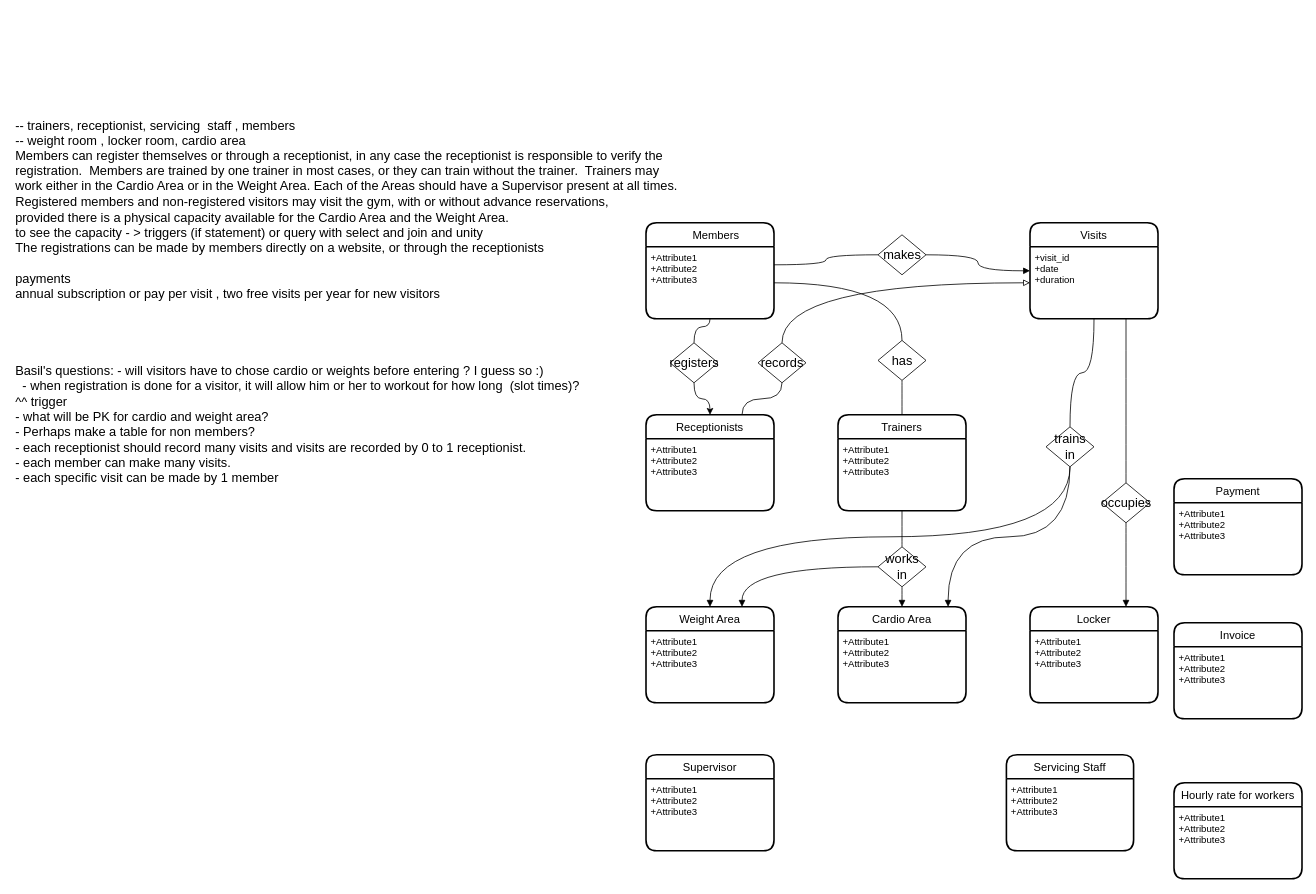
Earlier version of the draw.io diagram Gym.drawio (gituser514/Diagram). Source tidied: cells renumbered, new cells numbered last; positions are measured from the earlier drawing's top-left corner, leaving out a move shared by most shapes. Both pictures are drawn from the tidied source at 80%, with x=0, y=0 at pixel (14, 146).
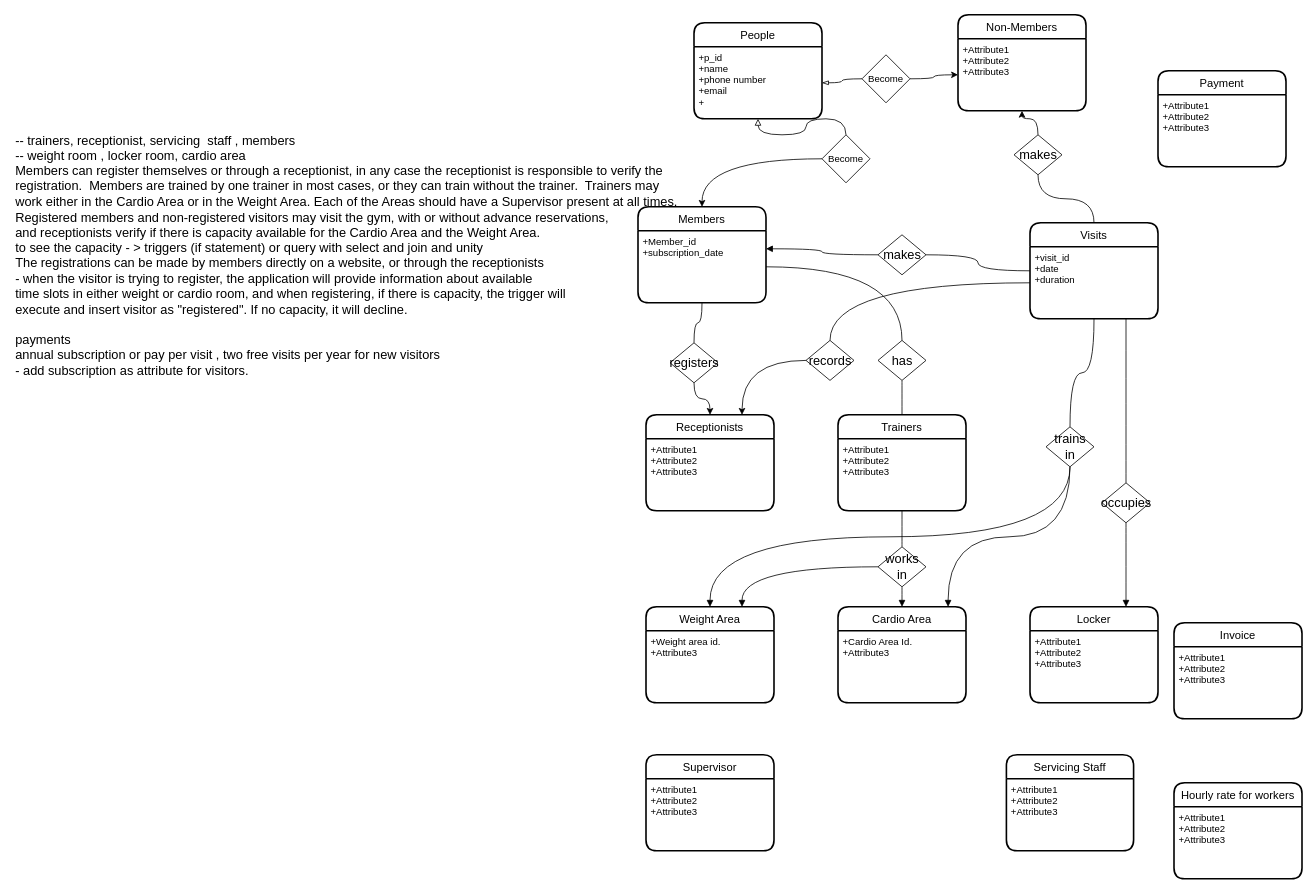
After the change.

The change refers to these unchanged cells:
```xml
<mxCell id="5" value="Receptionists " style="swimlane;horizontal=1;startSize=30;rounded=1;fontSize=14;fontStyle=0;strokeWidth=2;shadow=0;dashed=0;align=center;" parent="1" vertex="1">
  <mxGeometry x="790" y="335" width="160" height="120" as="geometry" />
</mxCell>
<mxCell id="11" value="Cardio Area" style="swimlane;horizontal=1;startSize=30;rounded=1;fontSize=14;fontStyle=0;strokeWidth=2;shadow=0;dashed=0;align=center;" parent="1" vertex="1">
  <mxGeometry x="1030" y="575" width="160" height="120" as="geometry" />
</mxCell>
<mxCell id="15" value="Weight Area" style="swimlane;horizontal=1;startSize=30;rounded=1;fontSize=14;fontStyle=0;strokeWidth=2;shadow=0;dashed=0;align=center;" parent="1" vertex="1">
  <mxGeometry x="790" y="575" width="160" height="120" as="geometry" />
</mxCell>
<mxCell id="29" value="makes" style="shape=rhombus;html=1;dashed=0;whitespace=wrap;perimeter=rhombusPerimeter;fontSize=16;" parent="1" vertex="1">
  <mxGeometry x="1080" y="110" width="60" height="50" as="geometry" />
</mxCell>
<mxCell id="30" value="Visits" style="swimlane;horizontal=1;startSize=30;rounded=1;fontSize=14;fontStyle=0;strokeWidth=2;shadow=0;dashed=0;align=center;" parent="1" vertex="1">
  <mxGeometry x="1270" y="95" width="160" height="120" as="geometry" />
</mxCell>
<mxCell id="31" value="+visit_id&#10;+date&#10;+duration" style="align=left;strokeColor=none;fillColor=none;spacingLeft=4;fontSize=12;verticalAlign=top;" parent="30" vertex="1">
  <mxGeometry y="30" width="160" height="90" as="geometry" />
</mxCell>
```

What changed in the source:
```diff
@@
-    <mxCell id="2" value="&lt;br&gt;&lt;div style=&quot;font-size: 16px&quot; align=&quot;left&quot;&gt;&lt;font style=&quot;font-size: 16px&quot;&gt;&lt;br&gt;&lt;/font&gt;&lt;/div&gt;&lt;div style=&quot;font-size: 16px&quot; align=&quot;left&quot;&gt;&lt;div style=&quot;font-size: 16px&quot; align=&quot;left&quot;&gt;&lt;font style=&quot;font-size: 16px&quot;&gt;-- trainers, receptionist, servicing&amp;nbsp; staff , members&lt;br style=&quot;font-size: 16px&quot;&gt;-- weight room , locker room, cardio area&lt;/font&gt;&lt;/div&gt;&lt;div style=&quot;font-size: 16px&quot; align=&quot;left&quot;&gt;&lt;font style=&quot;font-size: 16px&quot;&gt;Members can register themselves or through a receptionist, in any case the receptionist is responsible to verify the &lt;br&gt;registration.&amp;nbsp; Members are trained by one trainer in most cases, or they can train without the trainer.&amp;nbsp; Trainers may &lt;br&gt;work either in the Cardio Area or in the Weight Area. Each of the Areas should have a Supervisor present at all times.&lt;/font&gt;&lt;/div&gt;&lt;div style=&quot;font-size: 16px&quot; align=&quot;left&quot;&gt;&lt;span&gt;Registered members and non-registered visitors may visit the gym, with or without advance reservations,&lt;/span&gt;&lt;/div&gt;&lt;div style=&quot;font-size: 16px&quot; align=&quot;left&quot;&gt;&lt;font style=&quot;font-size: 16px&quot;&gt;provided there is a physical capacity available for the Cardio Area and the Weight Area. &lt;br&gt;&lt;/font&gt;&lt;/div&gt;&lt;div style=&quot;font-size: 16px&quot; align=&quot;left&quot;&gt;&lt;font style=&quot;font-size: 16px&quot;&gt;to see the capacity - &amp;gt; triggers (if statement) or query with select and join and unity&amp;nbsp; &lt;br&gt;&lt;/font&gt;&lt;/div&gt;&lt;div style=&quot;font-size: 16px&quot; align=&quot;left&quot;&gt;&lt;font style=&quot;font-size: 16px&quot;&gt;The registrations can be made by members directly on a website, or through the receptionists &lt;br&gt;&lt;/font&gt;&lt;/div&gt;&lt;div style=&quot;font-size: 16px&quot; align=&quot;left&quot;&gt;&lt;font style=&quot;font-size: 16px&quot;&gt;&lt;br&gt;&lt;/font&gt;&lt;/div&gt;&lt;div style=&quot;font-size: 16px&quot; align=&quot;left&quot;&gt;&lt;font style=&quot;font-size: 16px&quot;&gt;payments&lt;/font&gt;&lt;/div&gt;&lt;div style=&quot;font-size: 16px&quot; align=&quot;left&quot;&gt;&lt;font style=&quot;font-size: 16px&quot;&gt;annual subscription or pay per visit , two free visits per year for new visitors &lt;br&gt;&lt;/font&gt;&lt;/div&gt;&lt;div style=&quot;font-size: 16px&quot; align=&quot;left&quot;&gt;&lt;font style=&quot;font-size: 16px&quot;&gt;&lt;br&gt;&lt;/font&gt;&lt;/div&gt;&lt;div style=&quot;font-size: 16px&quot; align=&quot;left&quot;&gt;&lt;font style=&quot;font-size: 16px&quot;&gt;&lt;br&gt;&lt;/font&gt;&lt;/div&gt;&lt;div style=&quot;font-size: 16px&quot; align=&quot;left&quot;&gt;&lt;font style=&quot;font-size: 16px&quot;&gt;&lt;br&gt;&lt;/font&gt;&lt;/div&gt;&lt;div style=&quot;font-size: 16px&quot; align=&quot;left&quot;&gt;&lt;font style=&quot;font-size: 16px&quot;&gt;&lt;br&gt;&lt;/font&gt;&lt;/div&gt;&lt;div style=&quot;font-size: 16px&quot; align=&quot;left&quot;&gt;&lt;font style=&quot;font-size: 16px&quot;&gt;Basil's questions: - will visitors have to chose cardio or weights before entering ? I guess so :)&amp;nbsp;&lt;/font&gt;&lt;/div&gt;&lt;div style=&quot;font-size: 16px&quot; align=&quot;left&quot;&gt;&lt;font style=&quot;font-size: 16px&quot;&gt;&lt;span style=&quot;white-space: pre&quot;&gt; &lt;/span&gt;&lt;span style=&quot;white-space: pre&quot;&gt; &lt;/span&gt;&lt;span style=&quot;white-space: pre&quot;&gt;-&lt;/span&gt;&amp;nbsp;when registration is done for a visitor, it will allow him or her to workout for how long&amp;nbsp; (slot times)?&lt;/font&gt;&lt;/div&gt;&lt;div style=&quot;font-size: 16px&quot; align=&quot;left&quot;&gt;&lt;font style=&quot;font-size: 16px&quot;&gt;^^ trigger&amp;nbsp;&lt;/font&gt;&lt;/div&gt;&lt;div style=&quot;font-size: 16px&quot; align=&quot;left&quot;&gt;&lt;font&gt;&lt;span style=&quot;white-space: pre&quot;&gt;- what will be PK for cardio and weight area?  &lt;/span&gt;&lt;/font&gt;&lt;/div&gt;&lt;div style=&quot;font-size: 16px&quot; align=&quot;left&quot;&gt;&lt;font&gt;&lt;span style=&quot;white-space: pre&quot;&gt;- Perhaps make a table for non members?&lt;/span&gt;&lt;/font&gt;&lt;/div&gt;&lt;div style=&quot;font-size: 16px&quot; align=&quot;left&quot;&gt;&lt;span&gt;- each receptionist should record many visits and&amp;nbsp;&lt;/span&gt;&lt;span&gt;visits are recorded by 0 to 1 receptionist.&amp;nbsp;&lt;/span&gt;&lt;/div&gt;&lt;div style=&quot;font-size: 16px&quot; align=&quot;left&quot;&gt;&lt;span&gt;- each member can make many visits.&amp;nbsp;&lt;/span&gt;&lt;/div&gt;&lt;div style=&quot;font-size: 16px&quot; align=&quot;left&quot;&gt;&lt;span&gt;- each specific visit can be made by 1 member&amp;nbsp;&lt;/span&gt;&lt;span&gt;&amp;nbsp;&lt;/span&gt;&lt;span&gt;&amp;nbsp;&lt;/span&gt;&lt;/div&gt;&lt;div style=&quot;font-size: 16px&quot; align=&quot;left&quot;&gt;&lt;font style=&quot;font-size: 16px&quot;&gt;&lt;span style=&quot;white-space: pre&quot;&gt; &lt;/span&gt;&lt;span style=&quot;white-space: pre&quot;&gt; &lt;/span&gt;&lt;span style=&quot;white-space: pre&quot;&gt; &lt;/span&gt;&lt;br&gt;&lt;/font&gt;&lt;/div&gt;&amp;nbsp;&lt;br&gt;&lt;div style=&quot;font-size: 16px&quot; align=&quot;left&quot;&gt;&lt;font style=&quot;font-size: 16px&quot;&gt;&lt;br&gt;&lt;/font&gt;&lt;/div&gt;&lt;/div&gt;&lt;div style=&quot;font-size: 16px&quot; align=&quot;left&quot;&gt;&lt;font style=&quot;font-size: 16px&quot;&gt;&lt;br&gt;&lt;/font&gt;&lt;/div&gt;" style="text;html=1;align=left;verticalAlign=middle;strokeColor=none;fillColor=none;" parent="1" vertex="1">
-      <mxGeometry width="840" height="430" as="geometry" />
+    <mxCell id="2" value="&lt;br&gt;&lt;div style=&quot;font-size: 16px&quot; align=&quot;left&quot;&gt;&lt;font style=&quot;font-size: 16px&quot;&gt;&lt;br&gt;&lt;/font&gt;&lt;/div&gt;&lt;div style=&quot;font-size: 16px&quot; align=&quot;left&quot;&gt;&lt;div style=&quot;font-size: 16px&quot; align=&quot;left&quot;&gt;&lt;font style=&quot;font-size: 16px&quot;&gt;-- trainers, receptionist, servicing&amp;nbsp; staff , members&lt;br style=&quot;font-size: 16px&quot;&gt;-- weight room , locker room, cardio area&lt;/font&gt;&lt;/div&gt;&lt;div style=&quot;font-size: 16px&quot; align=&quot;left&quot;&gt;&lt;font style=&quot;font-size: 16px&quot;&gt;Members can register themselves or through a receptionist, in any case the receptionist is responsible to verify the &lt;br&gt;registration.&amp;nbsp; Members are trained by one trainer in most cases, or they can train without the trainer.&amp;nbsp; Trainers may &lt;br&gt;work either in the Cardio Area or in the Weight Area. Each of the Areas should have a Supervisor present at all times.&lt;/font&gt;&lt;/div&gt;&lt;div style=&quot;font-size: 16px&quot; align=&quot;left&quot;&gt;&lt;span&gt;Registered members and non-registered visitors may visit the gym, with or without advance reservations,&amp;nbsp;&lt;/span&gt;&lt;/div&gt;&lt;div style=&quot;font-size: 16px&quot; align=&quot;left&quot;&gt;&lt;font style=&quot;font-size: 16px&quot;&gt;and receptionists verify if there is capacity available for the Cardio Area and the Weight Area. &lt;br&gt;&lt;/font&gt;&lt;/div&gt;&lt;div style=&quot;font-size: 16px&quot; align=&quot;left&quot;&gt;&lt;font style=&quot;font-size: 16px&quot;&gt;to see the capacity - &amp;gt; triggers (if statement) or query with select and join and unity&amp;nbsp; &lt;br&gt;&lt;/font&gt;&lt;/div&gt;&lt;div style=&quot;font-size: 16px&quot; align=&quot;left&quot;&gt;&lt;font style=&quot;font-size: 16px&quot;&gt;The registrations can be made by members directly on a website, or through the receptionists &lt;br&gt;&lt;/font&gt;&lt;/div&gt;&lt;div style=&quot;font-size: 16px&quot; align=&quot;left&quot;&gt;&lt;font style=&quot;font-size: 16px&quot;&gt;- when the visitor is trying to register, the application will provide information about available&amp;nbsp;&lt;/font&gt;&lt;/div&gt;&lt;div style=&quot;font-size: 16px&quot; align=&quot;left&quot;&gt;&lt;font style=&quot;font-size: 16px&quot;&gt;time slots in either weight or cardio room, and when registering, if there is capacity, the trigger will&amp;nbsp;&lt;/font&gt;&lt;/div&gt;&lt;div style=&quot;font-size: 16px&quot; align=&quot;left&quot;&gt;&lt;font style=&quot;font-size: 16px&quot;&gt;execute and insert visitor as &quot;registered&quot;. If no capacity, it will decline.&amp;nbsp;&lt;/font&gt;&lt;/div&gt;&lt;div style=&quot;font-size: 16px&quot; align=&quot;left&quot;&gt;&lt;font style=&quot;font-size: 16px&quot;&gt;&lt;br&gt;&lt;/font&gt;&lt;/div&gt;&lt;div style=&quot;font-size: 16px&quot; align=&quot;left&quot;&gt;&lt;font style=&quot;font-size: 16px&quot;&gt;payments&lt;/font&gt;&lt;/div&gt;&lt;div style=&quot;font-size: 16px&quot; align=&quot;left&quot;&gt;&lt;font style=&quot;font-size: 16px&quot;&gt;annual subscription or pay per visit , two free visits per year for new visitors &lt;br&gt;&lt;/font&gt;&lt;/div&gt;&lt;div style=&quot;font-size: 16px&quot; align=&quot;left&quot;&gt;- add subscription as attribute for visitors.&lt;/div&gt;&lt;div style=&quot;font-size: 16px&quot; align=&quot;left&quot;&gt;&lt;font style=&quot;font-size: 16px&quot;&gt;&lt;br&gt;&lt;/font&gt;&lt;/div&gt;&lt;div style=&quot;font-size: 16px&quot; align=&quot;left&quot;&gt;&lt;font style=&quot;font-size: 16px&quot;&gt;&lt;br&gt;&lt;/font&gt;&lt;/div&gt;&lt;div style=&quot;font-size: 16px&quot; align=&quot;left&quot;&gt;&lt;font style=&quot;font-size: 16px&quot;&gt;&lt;br&gt;&lt;/font&gt;&lt;/div&gt;&lt;div style=&quot;font-size: 16px&quot; align=&quot;left&quot;&gt;&lt;font style=&quot;font-size: 16px&quot;&gt;&lt;br&gt;&lt;/font&gt;&lt;/div&gt;&lt;div style=&quot;font-size: 16px&quot; align=&quot;left&quot;&gt;&lt;br&gt;&lt;/div&gt;&lt;div style=&quot;font-size: 16px&quot; align=&quot;left&quot;&gt;&lt;br&gt;&lt;/div&gt;&lt;div style=&quot;font-size: 16px&quot; align=&quot;left&quot;&gt;&lt;span&gt;&amp;nbsp;&lt;/span&gt;&lt;span style=&quot;white-space: pre&quot;&gt; &lt;/span&gt;&lt;span style=&quot;white-space: pre&quot;&gt; &lt;/span&gt;&lt;span style=&quot;white-space: pre&quot;&gt; &lt;/span&gt;&lt;/div&gt;&amp;nbsp;&lt;br&gt;&lt;div style=&quot;font-size: 16px&quot; align=&quot;left&quot;&gt;&lt;font style=&quot;font-size: 16px&quot;&gt;&lt;br&gt;&lt;/font&gt;&lt;/div&gt;&lt;/div&gt;&lt;div style=&quot;font-size: 16px&quot; align=&quot;left&quot;&gt;&lt;font style=&quot;font-size: 16px&quot;&gt;&lt;br&gt;&lt;/font&gt;&lt;/div&gt;" style="text;html=1;align=left;verticalAlign=middle;strokeColor=none;fillColor=none;" parent="1" vertex="1">
+      <mxGeometry y="15" width="840" height="400" as="geometry" />
     </mxCell>
-    <mxCell id="3" value="    Members" style="swimlane;horizontal=1;startSize=30;rounded=1;fontSize=14;fontStyle=0;strokeWidth=2;shadow=0;dashed=0;align=center;" parent="1" vertex="1">
-      <mxGeometry x="790" y="95" width="160" height="120" as="geometry" />
+    <mxCell id="3" value="Members" style="swimlane;horizontal=1;startSize=30;rounded=1;fontSize=14;fontStyle=0;strokeWidth=2;shadow=0;dashed=0;align=center;" parent="1" vertex="1">
+      <mxGeometry x="780" y="75" width="160" height="120" as="geometry" />
     </mxCell>
-    <mxCell id="4" value="+Attribute1&#10;+Attribute2&#10;+Attribute3" style="align=left;strokeColor=none;fillColor=none;spacingLeft=4;fontSize=12;verticalAlign=top;" parent="3" vertex="1">
+    <mxCell id="4" value="+Member_id&#10;+subscription_date" style="align=left;strokeColor=none;fillColor=none;spacingLeft=4;fontSize=12;verticalAlign=top;" parent="3" vertex="1">
       <mxGeometry y="30" width="160" height="90" as="geometry" />
     </mxCell>
@@
-    <mxCell id="12" value="+Attribute1&#10;+Attribute2&#10;+Attribute3" style="align=left;strokeColor=none;fillColor=none;spacingLeft=4;fontSize=12;verticalAlign=top;" parent="11" vertex="1">
+    <mxCell id="12" value="+Cardio Area Id.&#10;+Attribute3" style="align=left;strokeColor=none;fillColor=none;spacingLeft=4;fontSize=12;verticalAlign=top;" parent="11" vertex="1">
       <mxGeometry y="30" width="160" height="90" as="geometry" />
     </mxCell>
@@
-    <mxCell id="16" value="+Attribute1&#10;+Attribute2&#10;+Attribute3" style="align=left;strokeColor=none;fillColor=none;spacingLeft=4;fontSize=12;verticalAlign=top;" parent="15" vertex="1">
+    <mxCell id="16" value="+Weight area id. &#10;+Attribute3" style="align=left;strokeColor=none;fillColor=none;spacingLeft=4;fontSize=12;verticalAlign=top;" parent="15" vertex="1">
       <mxGeometry y="30" width="160" height="90" as="geometry" />
     </mxCell>
@@
-    <mxCell id="27" style="edgeStyle=orthogonalEdgeStyle;curved=1;rounded=0;jettySize=auto;html=1;entryX=1;entryY=0.25;entryDx=0;entryDy=0;fontSize=16;startArrow=none;startFill=0;endArrow=none;endFill=0;" parent="1" edge="1" source="29" target="4">
+    <mxCell id="27" style="edgeStyle=orthogonalEdgeStyle;curved=1;rounded=0;jettySize=auto;html=1;entryX=1;entryY=0.25;entryDx=0;entryDy=0;fontSize=16;startArrow=none;startFill=0;endArrow=block;endFill=1;" parent="1" edge="1" source="29" target="4">
       <mxGeometry relative="1" as="geometry" />
     </mxCell>
-    <mxCell id="28" style="edgeStyle=orthogonalEdgeStyle;curved=1;rounded=0;jettySize=auto;html=1;entryX=0;entryY=0.5;entryDx=0;entryDy=0;fontSize=16;startArrow=none;startFill=0;endArrow=block;endFill=1;exitX=1;exitY=0.5;exitDx=0;exitDy=0;" parent="1" edge="1" source="29" target="30">
+    <mxCell id="28" style="edgeStyle=orthogonalEdgeStyle;curved=1;rounded=0;jettySize=auto;html=1;entryX=0;entryY=0.5;entryDx=0;entryDy=0;fontSize=16;startArrow=none;startFill=0;endArrow=none;endFill=0;exitX=1;exitY=0.5;exitDx=0;exitDy=0;" parent="1" edge="1" source="29" target="30">
       <mxGeometry relative="1" as="geometry" />
     </mxCell>
@@
-    <mxCell id="39" style="edgeStyle=orthogonalEdgeStyle;curved=1;rounded=0;jettySize=auto;html=1;fontSize=16;startArrow=none;startFill=0;endArrow=none;endFill=0;entryX=0.75;entryY=0;entryDx=0;entryDy=0;" parent="1" edge="1" source="41" target="5">
+    <mxCell id="39" style="edgeStyle=orthogonalEdgeStyle;curved=1;rounded=0;jettySize=auto;html=1;fontSize=16;startArrow=none;startFill=0;endArrow=classic;endFill=1;entryX=0.75;entryY=0;entryDx=0;entryDy=0;" parent="1" edge="1" source="41" target="5">
       <mxGeometry relative="1" as="geometry" />
     </mxCell>
-    <mxCell id="40" style="edgeStyle=orthogonalEdgeStyle;curved=1;rounded=0;jettySize=auto;html=1;fontSize=16;startArrow=none;startFill=0;endArrow=block;endFill=0;entryX=0;entryY=0.5;entryDx=0;entryDy=0;exitX=0.5;exitY=0;exitDx=0;exitDy=0;" parent="1" edge="1" source="41" target="31">
+    <mxCell id="40" style="edgeStyle=orthogonalEdgeStyle;curved=1;rounded=0;jettySize=auto;html=1;fontSize=16;startArrow=none;startFill=0;endArrow=none;endFill=0;entryX=0;entryY=0.5;entryDx=0;entryDy=0;exitX=0.5;exitY=0;exitDx=0;exitDy=0;" parent="1" edge="1" source="41" target="31">
       <mxGeometry relative="1" as="geometry" />
     </mxCell>
     <mxCell id="41" value="records" style="shape=rhombus;html=1;dashed=0;whitespace=wrap;perimeter=rhombusPerimeter;fontSize=16;" parent="1" vertex="1">
-      <mxGeometry x="930" y="245" width="60" height="50" as="geometry" />
+      <mxGeometry x="990" y="242" width="60" height="50" as="geometry" />
     </mxCell>
@@
     <mxCell id="46" value="Payment" style="swimlane;horizontal=1;startSize=30;rounded=1;fontSize=14;fontStyle=0;strokeWidth=2;shadow=0;dashed=0;align=center;" parent="1" vertex="1">
-      <mxGeometry x="1450" y="415" width="160" height="120" as="geometry" />
+      <mxGeometry x="1430" y="-95" width="160" height="120" as="geometry" />
     </mxCell>
@@
+    <mxCell id="50" value="Non-Members" style="swimlane;horizontal=1;startSize=30;rounded=1;fontSize=14;fontStyle=0;strokeWidth=2;shadow=0;dashed=0;align=center;" parent="1" vertex="1">
+      <mxGeometry x="1180" y="-165" width="160" height="120" as="geometry" />
+    </mxCell>
+    <mxCell id="51" value="+Attribute1&#10;+Attribute2&#10;+Attribute3" style="align=left;strokeColor=none;fillColor=none;spacingLeft=4;fontSize=12;verticalAlign=top;" parent="50" vertex="1">
+      <mxGeometry y="30" width="160" height="90" as="geometry" />
+    </mxCell>
+    <mxCell id="52" style="edgeStyle=orthogonalEdgeStyle;jettySize=auto;html=1;curved=1;startArrow=none;endArrow=none;endFill=0;" parent="1" edge="1" source="54" target="30">
+      <mxGeometry relative="1" as="geometry" />
+    </mxCell>
+    <mxCell id="53" style="edgeStyle=orthogonalEdgeStyle;curved=1;jettySize=auto;html=1;endArrow=classic;endFill=1;" parent="1" edge="1" source="54" target="51">
+      <mxGeometry relative="1" as="geometry" />
+    </mxCell>
+    <mxCell id="54" value="makes" style="shape=rhombus;html=1;dashed=0;whitespace=wrap;perimeter=rhombusPerimeter;fontSize=16;" parent="1" vertex="1">
+      <mxGeometry x="1250" y="-15" width="60" height="50" as="geometry" />
+    </mxCell>
+    <mxCell id="55" value="People" style="swimlane;horizontal=1;startSize=30;rounded=1;fontSize=14;fontStyle=0;strokeWidth=2;shadow=0;dashed=0;align=center;" parent="1" vertex="1">
+      <mxGeometry x="850" y="-155" width="160" height="120" as="geometry" />
+    </mxCell>
+    <mxCell id="56" value="+p_id&#10;+name&#10;+phone number&#10;+email&#10;+ " style="align=left;strokeColor=none;fillColor=none;spacingLeft=4;fontSize=12;verticalAlign=top;" parent="55" vertex="1">
+      <mxGeometry y="30" width="160" height="90" as="geometry" />
+    </mxCell>
+    <mxCell id="57" style="edgeStyle=orthogonalEdgeStyle;curved=1;jettySize=auto;html=1;startArrow=none;" parent="1" edge="1" source="60" target="3">
+      <mxGeometry relative="1" as="geometry" />
+    </mxCell>
+    <mxCell id="58" style="edgeStyle=orthogonalEdgeStyle;curved=1;jettySize=auto;html=1;startArrow=none;" parent="1" edge="1" source="62" target="51">
+      <mxGeometry relative="1" as="geometry" />
+    </mxCell>
+    <mxCell id="59" style="edgeStyle=orthogonalEdgeStyle;curved=1;jettySize=auto;html=1;endArrow=block;endFill=0;" parent="1" edge="1" source="60" target="56">
+      <mxGeometry relative="1" as="geometry" />
+    </mxCell>
+    <mxCell id="60" value="Become" style="rhombus;whiteSpace=wrap;html=1;" parent="1" vertex="1">
+      <mxGeometry x="1010" y="-15" width="60" height="60" as="geometry" />
+    </mxCell>
+    <mxCell id="61" style="edgeStyle=orthogonalEdgeStyle;curved=1;jettySize=auto;html=1;entryX=1;entryY=0.5;entryDx=0;entryDy=0;endArrow=blockThin;endFill=0;" parent="1" edge="1" source="62" target="56">
+      <mxGeometry relative="1" as="geometry" />
+    </mxCell>
+    <mxCell id="62" value="Become" style="rhombus;whiteSpace=wrap;html=1;" parent="1" vertex="1">
+      <mxGeometry x="1060" y="-115" width="60" height="60" as="geometry" />
+    </mxCell>
```
